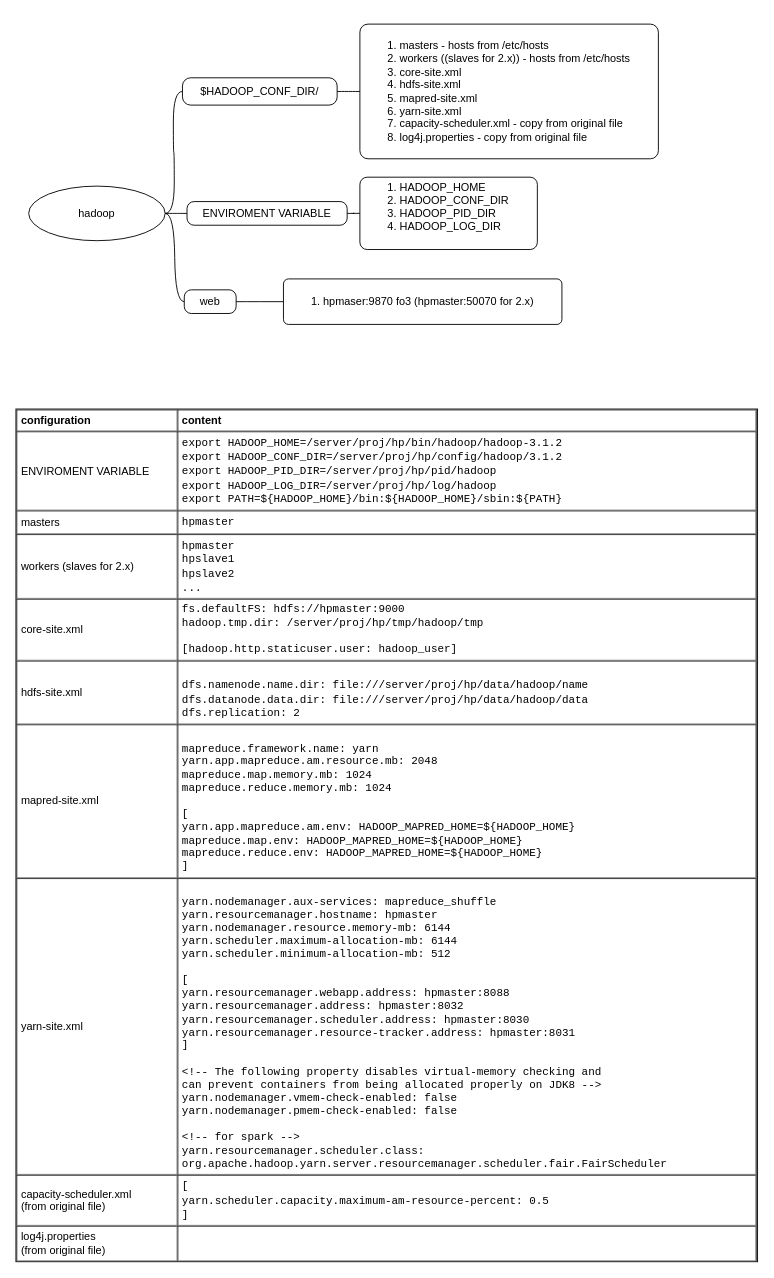
Earlier version of the draw.io diagram page "hadoop_config" (3 of 9) of languages/scala/scala.drawio (yangdj/tf_docs). Source tidied: cells renumbered, new cells numbered last; positions are measured from the earlier drawing's top-left corner, leaving out a move shared by most shapes. Both pictures are drawn from the tidied source at 91%, with x=0, y=0 at pixel (15, 15).
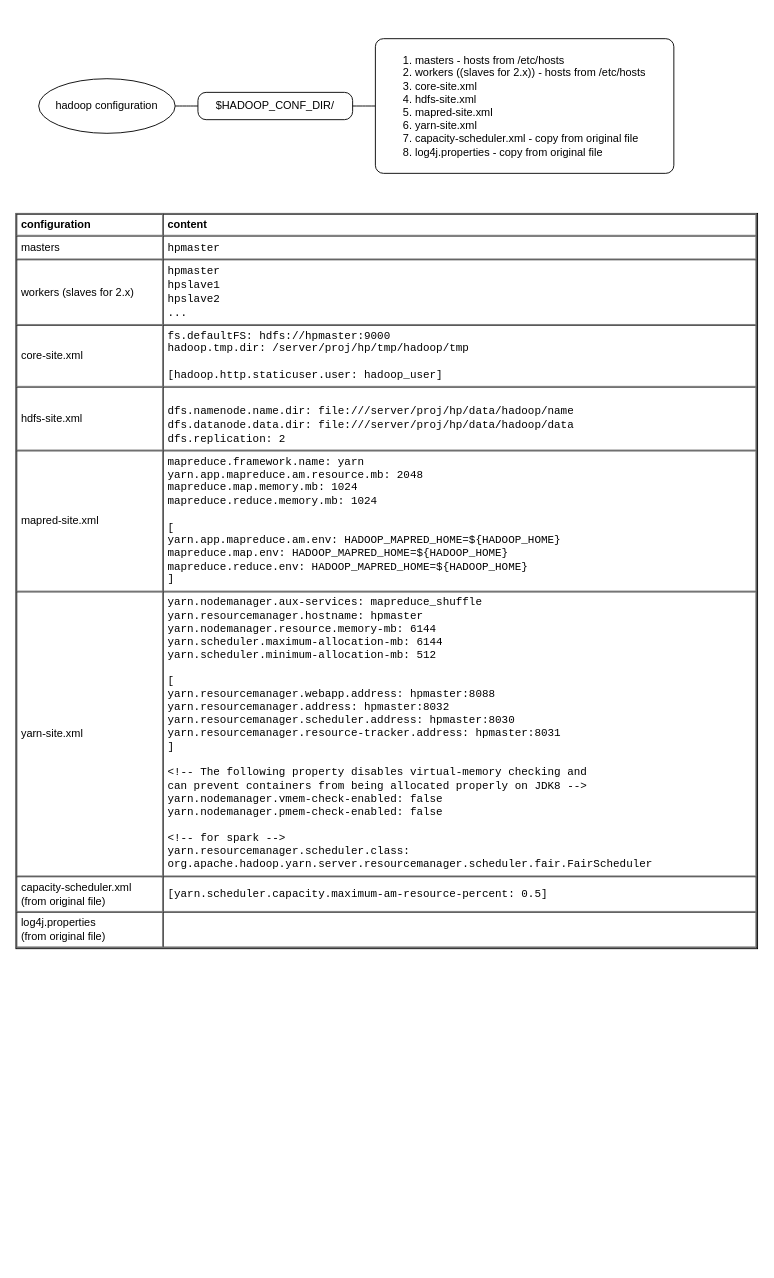
Above is the later version.

The edit, as a diff of the source:
```diff
@@
 <mxGraphModel>
   <root>
     <mxCell id="0" />
     <mxCell id="1" parent="0" />
     <mxCell id="2" style="swimlane;html=1;startSize=20;horizontal=1;containerType=tree;fillColor=none;strokeColor=none;align=left;" parent="1" vertex="1">
-      <mxGeometry x="1" width="806" height="413" as="geometry" />
+      <mxGeometry x="5" width="797" height="191" as="geometry" />
     </mxCell>
     <mxCell id="3" style="edgeStyle=entityRelationEdgeStyle;startArrow=none;endArrow=none;segment=10;curved=1;" parent="2" edge="1" source="4" target="5">
       <mxGeometry relative="1" as="geometry" />
     </mxCell>
-    <mxCell id="4" value="hadoop" style="ellipse;whiteSpace=wrap;html=1;align=center;newEdgeStyle={&quot;edgeStyle&quot;:&quot;entityRelationEdgeStyle&quot;,&quot;startArrow&quot;:&quot;none&quot;,&quot;endArrow&quot;:&quot;none&quot;,&quot;segment&quot;:10,&quot;curved&quot;:1};" parent="2" vertex="1">
-      <mxGeometry x="13" y="187" width="150" height="60" as="geometry" />
+    <mxCell id="4" value="hadoop configuration" style="ellipse;whiteSpace=wrap;html=1;align=center;newEdgeStyle={&quot;edgeStyle&quot;:&quot;entityRelationEdgeStyle&quot;,&quot;startArrow&quot;:&quot;none&quot;,&quot;endArrow&quot;:&quot;none&quot;,&quot;segment&quot;:10,&quot;curved&quot;:1};" parent="2" vertex="1">
+      <mxGeometry x="20" y="69" width="150" height="60" as="geometry" />
     </mxCell>
     <mxCell id="5" value="$HADOOP_CONF_DIR/" style="whiteSpace=wrap;html=1;rounded=1;arcSize=30;align=center;verticalAlign=middle;strokeWidth=1;spacing=4;newEdgeStyle={&quot;edgeStyle&quot;:&quot;entityRelationEdgeStyle&quot;,&quot;startArrow&quot;:&quot;none&quot;,&quot;endArrow&quot;:&quot;none&quot;,&quot;segment&quot;:10,&quot;curved&quot;:1};" parent="2" vertex="1">
-      <mxGeometry x="182" y="68" width="170" height="30" as="geometry" />
+      <mxGeometry x="195" y="84" width="170" height="30" as="geometry" />
     </mxCell>
     <mxCell id="6" style="edgeStyle=entityRelationEdgeStyle;startArrow=none;endArrow=none;segment=10;curved=1;" parent="2" edge="1" source="5" target="7">
       <mxGeometry relative="1" as="geometry" />
     </mxCell>
     <mxCell id="7" value="&lt;ol&gt;&lt;li&gt;&lt;span style=&quot;text-align: center&quot;&gt;masters&amp;nbsp;- hosts from /etc/hosts&lt;/span&gt;&lt;br&gt;&lt;/li&gt;&lt;li&gt;&lt;span style=&quot;text-align: center&quot;&gt;workers ((slaves for 2.x))&amp;nbsp;- hosts from /etc/hosts&lt;br&gt;&lt;/span&gt;&lt;/li&gt;&lt;li&gt;core-site.xml&lt;/li&gt;&lt;li&gt;hdfs-site.xml&lt;/li&gt;&lt;li&gt;&lt;span style=&quot;text-align: center&quot;&gt;mapred-site.xml&lt;/span&gt;&lt;br&gt;&lt;/li&gt;&lt;li&gt;&lt;span style=&quot;text-align: center&quot;&gt;yarn-site.xml&lt;br&gt;&lt;/span&gt;&lt;/li&gt;&lt;li&gt;&lt;span style=&quot;text-align: center&quot;&gt;capacity-scheduler.xml - copy from original file&lt;br&gt;&lt;/span&gt;&lt;/li&gt;&lt;li&gt;&lt;span style=&quot;text-align: center&quot;&gt;log4j.properties&amp;nbsp;- copy from original file&lt;br&gt;&lt;/span&gt;&lt;/li&gt;&lt;/ol&gt;" style="whiteSpace=wrap;html=1;rounded=1;arcSize=6;align=left;verticalAlign=middle;strokeWidth=1;spacing=4;newEdgeStyle={&quot;edgeStyle&quot;:&quot;entityRelationEdgeStyle&quot;,&quot;startArrow&quot;:&quot;none&quot;,&quot;endArrow&quot;:&quot;none&quot;,&quot;segment&quot;:10,&quot;curved&quot;:1};" parent="2" vertex="1">
-      <mxGeometry x="377" y="9" width="328" height="148" as="geometry" />
+      <mxGeometry x="390" y="25" width="328" height="148" as="geometry" />
     </mxCell>
-    <mxCell id="8" value="ENVIROMENT VARIABLE" style="whiteSpace=wrap;html=1;rounded=1;arcSize=30;align=center;verticalAlign=middle;strokeWidth=1;spacing=4;newEdgeStyle={&quot;edgeStyle&quot;:&quot;entityRelationEdgeStyle&quot;,&quot;startArrow&quot;:&quot;none&quot;,&quot;endArrow&quot;:&quot;none&quot;,&quot;segment&quot;:10,&quot;curved&quot;:1};" parent="2" vertex="1">
-      <mxGeometry x="187" y="204" width="176" height="26" as="geometry" />
-    </mxCell>
-    <mxCell id="9" value="&lt;div&gt;&lt;ol&gt;&lt;li&gt;HADOOP_HOME&lt;/li&gt;&lt;li&gt;HADOOP_CONF_DIR&lt;/li&gt;&lt;li&gt;HADOOP_PID_DIR&lt;/li&gt;&lt;li&gt;HADOOP_LOG_DIR&lt;/li&gt;&lt;/ol&gt;&lt;/div&gt;&lt;div&gt;&lt;br style=&quot;background-color: rgb(248 , 249 , 250)&quot;&gt;&lt;/div&gt;" style="whiteSpace=wrap;html=1;rounded=1;arcSize=10;align=left;verticalAlign=middle;strokeWidth=1;spacing=4;newEdgeStyle={&quot;edgeStyle&quot;:&quot;entityRelationEdgeStyle&quot;,&quot;startArrow&quot;:&quot;none&quot;,&quot;endArrow&quot;:&quot;none&quot;,&quot;segment&quot;:10,&quot;curved&quot;:1};" parent="2" vertex="1">
-      <mxGeometry x="377" y="177.2" width="195" height="79.5" as="geometry" />
-    </mxCell>
-    <mxCell id="10" style="edgeStyle=entityRelationEdgeStyle;startArrow=none;endArrow=none;segment=10;curved=1;" parent="2" edge="1" source="4" target="8">
-      <mxGeometry relative="1" as="geometry" />
-    </mxCell>
-    <mxCell id="11" style="edgeStyle=entityRelationEdgeStyle;startArrow=none;endArrow=none;segment=10;curved=1;exitX=1;exitY=0.5;exitDx=0;exitDy=0;" parent="2" edge="1" source="8" target="9">
-      <mxGeometry relative="1" as="geometry" />
-    </mxCell>
-    <mxCell id="12" style="edgeStyle=entityRelationEdgeStyle;startArrow=none;endArrow=none;segment=10;curved=1;" parent="2" edge="1" source="4" target="13">
-      <mxGeometry relative="1" as="geometry" />
-    </mxCell>
-    <mxCell id="13" value="web" style="whiteSpace=wrap;html=1;rounded=1;arcSize=30;align=center;verticalAlign=middle;strokeWidth=1;spacing=4;newEdgeStyle={&quot;edgeStyle&quot;:&quot;entityRelationEdgeStyle&quot;,&quot;startArrow&quot;:&quot;none&quot;,&quot;endArrow&quot;:&quot;none&quot;,&quot;segment&quot;:10,&quot;curved&quot;:1};" parent="2" vertex="1">
-      <mxGeometry x="184" y="301" width="57" height="26" as="geometry" />
-    </mxCell>
-    <mxCell id="14" style="edgeStyle=entityRelationEdgeStyle;startArrow=none;endArrow=none;segment=10;curved=1;" parent="2" edge="1" source="13" target="15">
-      <mxGeometry relative="1" as="geometry" />
-    </mxCell>
-    <mxCell id="15" value="&lt;ol&gt;&lt;li&gt;&lt;span&gt;hpmaser:9870 fo3 (&lt;/span&gt;hpmaster:50070 for 2.x)&lt;/li&gt;&lt;/ol&gt;" style="whiteSpace=wrap;html=1;rounded=1;arcSize=11;align=left;verticalAlign=middle;strokeWidth=1;spacing=4;newEdgeStyle={&quot;edgeStyle&quot;:&quot;entityRelationEdgeStyle&quot;,&quot;startArrow&quot;:&quot;none&quot;,&quot;endArrow&quot;:&quot;none&quot;,&quot;segment&quot;:10,&quot;curved&quot;:1};" parent="2" vertex="1">
-      <mxGeometry x="293" y="289" width="306" height="50" as="geometry" />
-    </mxCell>
-    <mxCell id="16" value="&lt;table cellpadding=&quot;4&quot; cellspacing=&quot;0&quot; border=&quot;1&quot; style=&quot;font-size: 1em ; width: 100% ; height: 100%&quot;&gt;&lt;tbody&gt;&lt;tr&gt;&lt;th&gt;configuration&lt;/th&gt;&lt;th&gt;content&lt;/th&gt;&lt;/tr&gt;&lt;tr&gt;&lt;td&gt;&lt;span style=&quot;text-align: center&quot;&gt;ENVIROMENT VARIABLE&lt;/span&gt;&lt;br&gt;&lt;/td&gt;&lt;td&gt;&lt;font face=&quot;Courier New&quot;&gt;export HADOOP_HOME=/server/proj/hp/bin/hadoop/hadoop-3.1.2&lt;br&gt;export HADOOP_CONF_DIR=/server/proj/hp/config/hadoop/3.1.2&lt;br&gt;export HADOOP_PID_DIR=/server/proj/hp/pid/hadoop&lt;br&gt;export HADOOP_LOG_DIR=/server/proj/hp/log/hadoop&lt;br&gt;export PATH=${HADOOP_HOME}/bin:${HADOOP_HOME}/sbin:${PATH}&lt;/font&gt;&lt;br&gt;&lt;/td&gt;&lt;/tr&gt;&lt;tr&gt;&lt;td&gt;&lt;span style=&quot;text-align: center&quot;&gt;masters&lt;/span&gt;&lt;/td&gt;&lt;td&gt;&lt;span style=&quot;font-family: &amp;#34;courier new&amp;#34; ; text-align: center&quot;&gt;hpmaster&lt;/span&gt;&lt;/td&gt;&lt;/tr&gt;&lt;tr&gt;&lt;td&gt;&lt;span style=&quot;text-align: center&quot;&gt;workers&amp;nbsp;&lt;/span&gt;&lt;span style=&quot;text-align: center&quot;&gt;(slaves for 2.x)&lt;/span&gt;&lt;/td&gt;&lt;td&gt;&lt;span style=&quot;font-family: &amp;#34;courier new&amp;#34; ; text-align: center&quot;&gt;hpmaster&lt;/span&gt;&lt;br style=&quot;font-family: &amp;#34;courier new&amp;#34; ; text-align: center&quot;&gt;&lt;span style=&quot;font-family: &amp;#34;courier new&amp;#34; ; text-align: center&quot;&gt;hpslave1&lt;/span&gt;&lt;br style=&quot;font-family: &amp;#34;courier new&amp;#34; ; text-align: center&quot;&gt;&lt;span style=&quot;font-family: &amp;#34;courier new&amp;#34; ; text-align: center&quot;&gt;hpslave2&lt;/span&gt;&lt;br style=&quot;font-family: &amp;#34;courier new&amp;#34; ; text-align: center&quot;&gt;&lt;span style=&quot;font-family: &amp;#34;courier new&amp;#34; ; text-align: center&quot;&gt;...&lt;/span&gt;&lt;/td&gt;&lt;/tr&gt;&lt;tr&gt;&lt;td&gt;&lt;span style=&quot;text-align: center&quot;&gt;core-site.xml&lt;/span&gt;&lt;br&gt;&lt;/td&gt;&lt;td&gt;&lt;div style=&quot;font-family: &amp;#34;courier new&amp;#34;&quot;&gt;fs.defaultFS:&amp;nbsp;hdfs://hpmaster:9000&lt;/div&gt;&lt;div style=&quot;font-family: &amp;#34;courier new&amp;#34;&quot;&gt;hadoop.tmp.dir:&amp;nbsp;/server/proj/hp/tmp/hadoop/tmp&lt;br&gt;&lt;/div&gt;&lt;div style=&quot;font-family: &amp;#34;courier new&amp;#34;&quot;&gt;&lt;br&gt;&lt;/div&gt;&lt;div style=&quot;font-family: &amp;#34;courier new&amp;#34;&quot;&gt;[hadoop.http.staticuser.user: hadoop_user]&lt;/div&gt;&lt;/td&gt;&lt;/tr&gt;&lt;tr&gt;&lt;td&gt;&lt;span style=&quot;text-align: center&quot;&gt;hdfs-site.xml&lt;/span&gt;&lt;br&gt;&lt;/td&gt;&lt;td&gt;&lt;br&gt;&lt;font face=&quot;Courier New&quot;&gt;dfs.namenode.name.dir:&amp;nbsp;file:///server/proj/hp/data/hadoop/name&lt;br&gt;dfs.datanode.data.dir:&amp;nbsp;file:///server/proj/hp/data/hadoop/data&lt;/font&gt;&lt;div&gt;&lt;font face=&quot;Courier New&quot;&gt;dfs.replication: 2&lt;/font&gt;&lt;/div&gt;&lt;/td&gt;&lt;/tr&gt;&lt;tr&gt;&lt;td&gt;&lt;span style=&quot;text-align: center&quot;&gt;mapred-site.xml&lt;/span&gt;&lt;br&gt;&lt;/td&gt;&lt;td&gt;&lt;br&gt;&lt;div style=&quot;font-family: &amp;#34;courier new&amp;#34;&quot;&gt;mapreduce.framework.name: yarn&lt;/div&gt;&lt;div style=&quot;font-family: &amp;#34;courier new&amp;#34;&quot;&gt;yarn.app.mapreduce.am.resource.mb: 2048&lt;br&gt;&lt;/div&gt;&lt;div style=&quot;font-family: &amp;#34;courier new&amp;#34;&quot;&gt;mapreduce.map.memory.mb: 1024&lt;br&gt;&lt;/div&gt;&lt;div style=&quot;font-family: &amp;#34;courier new&amp;#34;&quot;&gt;mapreduce.reduce.memory.mb: 1024&lt;br&gt;&lt;/div&gt;&lt;div style=&quot;font-family: &amp;#34;courier new&amp;#34;&quot;&gt;&lt;br&gt;&lt;/div&gt;&lt;div style=&quot;font-family: &amp;#34;courier new&amp;#34;&quot;&gt;[&lt;/div&gt;&lt;div style=&quot;font-family: &amp;#34;courier new&amp;#34;&quot;&gt;yarn.app.mapreduce.am.env: HADOOP_MAPRED_HOME=${HADOOP_HOME}&lt;/div&gt;&lt;div style=&quot;font-family: &amp;#34;courier new&amp;#34;&quot;&gt;mapreduce.map.env: HADOOP_MAPRED_HOME=${HADOOP_HOME}&lt;/div&gt;&lt;div style=&quot;font-family: &amp;#34;courier new&amp;#34;&quot;&gt;mapreduce.reduce.env: HADOOP_MAPRED_HOME=${HADOOP_HOME}&lt;/div&gt;&lt;div style=&quot;font-family: &amp;#34;courier new&amp;#34;&quot;&gt;]&lt;/div&gt;&lt;/td&gt;&lt;/tr&gt;&lt;tr&gt;&lt;td&gt;&lt;span style=&quot;text-align: center&quot;&gt;yarn-site.xml&lt;/span&gt;&lt;br&gt;&lt;/td&gt;&lt;td&gt;&lt;br&gt;&lt;div style=&quot;font-family: &amp;#34;courier new&amp;#34;&quot;&gt;yarn.nodemanager.aux-services:&amp;nbsp;mapreduce_shuffle&lt;br&gt;&lt;/div&gt;&lt;div style=&quot;font-family: &amp;#34;courier new&amp;#34;&quot;&gt;yarn.resourcemanager.hostname: hpmaster&lt;/div&gt;&lt;div style=&quot;font-family: &amp;#34;courier new&amp;#34;&quot;&gt;yarn.nodemanager.resource.memory-mb: 6144&lt;br&gt;&lt;/div&gt;&lt;div style=&quot;font-family: &amp;#34;courier new&amp;#34;&quot;&gt;yarn.scheduler.maximum-allocation-mb: 6144&lt;br&gt;&lt;/div&gt;&lt;div style=&quot;font-family: &amp;#34;courier new&amp;#34;&quot;&gt;yarn.scheduler.minimum-allocation-mb: 512&lt;br&gt;&lt;/div&gt;&lt;div style=&quot;font-family: &amp;#34;courier new&amp;#34;&quot;&gt;&lt;br&gt;&lt;/div&gt;&lt;div style=&quot;font-family: &amp;#34;courier new&amp;#34;&quot;&gt;[&lt;/div&gt;&lt;div style=&quot;font-family: &amp;#34;courier new&amp;#34;&quot;&gt;&lt;div&gt;yarn.resourcemanager.webapp.address: hpmaster:8088&lt;/div&gt;&lt;div&gt;yarn.resourcemanager.address: hpmaster:8032&lt;/div&gt;&lt;div&gt;yarn.resourcemanager.scheduler.address: hpmaster:8030&lt;/div&gt;&lt;div&gt;yarn.resourcemanager.resource-tracker.address: hpmaster:8031&lt;/div&gt;&lt;/div&gt;&lt;div style=&quot;font-family: &amp;#34;courier new&amp;#34;&quot;&gt;]&lt;/div&gt;&lt;div style=&quot;font-family: &amp;#34;courier new&amp;#34;&quot;&gt;&lt;br&gt;&lt;/div&gt;&lt;div style=&quot;font-family: &amp;#34;courier new&amp;#34;&quot;&gt;&amp;lt;!-- The following property disables virtual-memory checking and&amp;nbsp;&lt;/div&gt;&lt;div style=&quot;font-family: &amp;#34;courier new&amp;#34;&quot;&gt;can prevent containers from being allocated properly on JDK8 --&amp;gt;&lt;br&gt;&lt;/div&gt;&lt;div style=&quot;font-family: &amp;#34;courier new&amp;#34;&quot;&gt;yarn.nodemanager.vmem-check-enabled: false&lt;br&gt;&lt;/div&gt;&lt;div style=&quot;font-family: &amp;#34;courier new&amp;#34;&quot;&gt;yarn.nodemanager.pmem-check-enabled: false&lt;br&gt;&lt;/div&gt;&lt;div style=&quot;font-family: &amp;#34;courier new&amp;#34;&quot;&gt;&lt;br&gt;&lt;/div&gt;&lt;div style=&quot;font-family: &amp;#34;courier new&amp;#34;&quot;&gt;&amp;lt;!-- for spark --&amp;gt;&lt;/div&gt;&lt;div style=&quot;font-family: &amp;#34;courier new&amp;#34;&quot;&gt;yarn.resourcemanager.scheduler.class:&amp;nbsp;&lt;/div&gt;&lt;div style=&quot;font-family: &amp;#34;courier new&amp;#34;&quot;&gt;org.apache.hadoop.yarn.server.resourcemanager.scheduler.fair.FairScheduler&lt;/div&gt;&lt;/td&gt;&lt;/tr&gt;&lt;tr&gt;&lt;td&gt;&lt;span style=&quot;text-align: center&quot;&gt;capacity-scheduler.xml&lt;br&gt;(from original file)&lt;/span&gt;&lt;br&gt;&lt;/td&gt;&lt;td&gt;&lt;span style=&quot;font-family: &amp;#34;courier new&amp;#34;&quot;&gt;[&lt;/span&gt;&lt;br style=&quot;font-family: &amp;#34;courier new&amp;#34;&quot;&gt;&lt;span style=&quot;font-family: &amp;#34;courier new&amp;#34;&quot;&gt;yarn.scheduler.capacity.maximum-am-resource-percent: 0.5&lt;/span&gt;&lt;br style=&quot;font-family: &amp;#34;courier new&amp;#34;&quot;&gt;&lt;span style=&quot;font-family: &amp;#34;courier new&amp;#34;&quot;&gt;]&lt;/span&gt;&lt;br&gt;&lt;/td&gt;&lt;/tr&gt;&lt;tr&gt;&lt;td&gt;&lt;span style=&quot;text-align: center&quot;&gt;log4j.properties&lt;br&gt;(from original file)&lt;/span&gt;&lt;br&gt;&lt;/td&gt;&lt;td&gt;&lt;br&gt;&lt;/td&gt;&lt;/tr&gt;&lt;/tbody&gt;&lt;/table&gt; " style="verticalAlign=top;align=left;overflow=fill;fontSize=12;fontFamily=Helvetica;html=1;fillColor=none;" parent="1" vertex="1">
-      <mxGeometry y="432" width="815" height="937" as="geometry" />
+    <mxCell id="16" value="&lt;table cellpadding=&quot;4&quot; cellspacing=&quot;0&quot; border=&quot;1&quot; style=&quot;font-size: 1em ; width: 100% ; height: 100%&quot;&gt;&lt;tbody&gt;&lt;tr&gt;&lt;th&gt;configuration&lt;/th&gt;&lt;th&gt;content&lt;/th&gt;&lt;/tr&gt;&lt;tr&gt;&lt;td&gt;&lt;span style=&quot;text-align: center&quot;&gt;masters&lt;/span&gt;&lt;/td&gt;&lt;td&gt;&lt;span style=&quot;font-family: &amp;#34;courier new&amp;#34; ; text-align: center&quot;&gt;hpmaster&lt;/span&gt;&lt;/td&gt;&lt;/tr&gt;&lt;tr&gt;&lt;td&gt;&lt;span style=&quot;text-align: center&quot;&gt;workers&amp;nbsp;&lt;/span&gt;&lt;span style=&quot;text-align: center&quot;&gt;(slaves for 2.x)&lt;/span&gt;&lt;/td&gt;&lt;td&gt;&lt;span style=&quot;font-family: &amp;#34;courier new&amp;#34; ; text-align: center&quot;&gt;hpmaster&lt;/span&gt;&lt;br style=&quot;font-family: &amp;#34;courier new&amp;#34; ; text-align: center&quot;&gt;&lt;span style=&quot;font-family: &amp;#34;courier new&amp;#34; ; text-align: center&quot;&gt;hpslave1&lt;/span&gt;&lt;br style=&quot;font-family: &amp;#34;courier new&amp;#34; ; text-align: center&quot;&gt;&lt;span style=&quot;font-family: &amp;#34;courier new&amp;#34; ; text-align: center&quot;&gt;hpslave2&lt;/span&gt;&lt;br style=&quot;font-family: &amp;#34;courier new&amp;#34; ; text-align: center&quot;&gt;&lt;span style=&quot;font-family: &amp;#34;courier new&amp;#34; ; text-align: center&quot;&gt;...&lt;/span&gt;&lt;/td&gt;&lt;/tr&gt;&lt;tr&gt;&lt;td&gt;&lt;span style=&quot;text-align: center&quot;&gt;core-site.xml&lt;/span&gt;&lt;br&gt;&lt;/td&gt;&lt;td&gt;&lt;div style=&quot;font-family: &amp;#34;courier new&amp;#34;&quot;&gt;fs.defaultFS:&amp;nbsp;hdfs://hpmaster:9000&lt;/div&gt;&lt;div style=&quot;font-family: &amp;#34;courier new&amp;#34;&quot;&gt;hadoop.tmp.dir:&amp;nbsp;/server/proj/hp/tmp/hadoop/tmp&lt;br&gt;&lt;/div&gt;&lt;div style=&quot;font-family: &amp;#34;courier new&amp;#34;&quot;&gt;&lt;br&gt;&lt;/div&gt;&lt;div style=&quot;font-family: &amp;#34;courier new&amp;#34;&quot;&gt;[hadoop.http.staticuser.user: hadoop_user]&lt;/div&gt;&lt;/td&gt;&lt;/tr&gt;&lt;tr&gt;&lt;td&gt;&lt;span style=&quot;text-align: center&quot;&gt;hdfs-site.xml&lt;/span&gt;&lt;br&gt;&lt;/td&gt;&lt;td&gt;&lt;br&gt;&lt;font face=&quot;Courier New&quot;&gt;dfs.namenode.name.dir:&amp;nbsp;file:///server/proj/hp/data/hadoop/name&lt;br&gt;dfs.datanode.data.dir:&amp;nbsp;file:///server/proj/hp/data/hadoop/data&lt;/font&gt;&lt;div&gt;&lt;font face=&quot;Courier New&quot;&gt;dfs.replication: 2&lt;/font&gt;&lt;/div&gt;&lt;/td&gt;&lt;/tr&gt;&lt;tr&gt;&lt;td&gt;&lt;span style=&quot;text-align: center&quot;&gt;mapred-site.xml&lt;/span&gt;&lt;br&gt;&lt;/td&gt;&lt;td&gt;&lt;div style=&quot;font-family: &amp;#34;courier new&amp;#34;&quot;&gt;mapreduce.framework.name: yarn&lt;/div&gt;&lt;div style=&quot;font-family: &amp;#34;courier new&amp;#34;&quot;&gt;yarn.app.mapreduce.am.resource.mb: 2048&lt;br&gt;&lt;/div&gt;&lt;div style=&quot;font-family: &amp;#34;courier new&amp;#34;&quot;&gt;mapreduce.map.memory.mb: 1024&lt;br&gt;&lt;/div&gt;&lt;div style=&quot;font-family: &amp;#34;courier new&amp;#34;&quot;&gt;mapreduce.reduce.memory.mb: 1024&lt;br&gt;&lt;/div&gt;&lt;div style=&quot;font-family: &amp;#34;courier new&amp;#34;&quot;&gt;&lt;br&gt;&lt;/div&gt;&lt;div style=&quot;font-family: &amp;#34;courier new&amp;#34;&quot;&gt;[&lt;/div&gt;&lt;div style=&quot;font-family: &amp;#34;courier new&amp;#34;&quot;&gt;yarn.app.mapreduce.am.env: HADOOP_MAPRED_HOME=${HADOOP_HOME}&lt;/div&gt;&lt;div style=&quot;font-family: &amp;#34;courier new&amp;#34;&quot;&gt;mapreduce.map.env: HADOOP_MAPRED_HOME=${HADOOP_HOME}&lt;/div&gt;&lt;div style=&quot;font-family: &amp;#34;courier new&amp;#34;&quot;&gt;mapreduce.reduce.env: HADOOP_MAPRED_HOME=${HADOOP_HOME}&lt;/div&gt;&lt;div style=&quot;font-family: &amp;#34;courier new&amp;#34;&quot;&gt;]&lt;/div&gt;&lt;/td&gt;&lt;/tr&gt;&lt;tr&gt;&lt;td&gt;&lt;span style=&quot;text-align: center&quot;&gt;yarn-site.xml&lt;/span&gt;&lt;br&gt;&lt;/td&gt;&lt;td&gt;&lt;div style=&quot;font-family: &amp;#34;courier new&amp;#34;&quot;&gt;yarn.nodemanager.aux-services:&amp;nbsp;mapreduce_shuffle&lt;br&gt;&lt;/div&gt;&lt;div style=&quot;font-family: &amp;#34;courier new&amp;#34;&quot;&gt;yarn.resourcemanager.hostname: hpmaster&lt;/div&gt;&lt;div style=&quot;font-family: &amp;#34;courier new&amp;#34;&quot;&gt;yarn.nodemanager.resource.memory-mb: 6144&lt;br&gt;&lt;/div&gt;&lt;div style=&quot;font-family: &amp;#34;courier new&amp;#34;&quot;&gt;yarn.scheduler.maximum-allocation-mb: 6144&lt;br&gt;&lt;/div&gt;&lt;div style=&quot;font-family: &amp;#34;courier new&amp;#34;&quot;&gt;yarn.scheduler.minimum-allocation-mb: 512&lt;br&gt;&lt;/div&gt;&lt;div style=&quot;font-family: &amp;#34;courier new&amp;#34;&quot;&gt;&lt;br&gt;&lt;/div&gt;&lt;div style=&quot;font-family: &amp;#34;courier new&amp;#34;&quot;&gt;[&lt;/div&gt;&lt;div style=&quot;font-family: &amp;#34;courier new&amp;#34;&quot;&gt;&lt;div&gt;yarn.resourcemanager.webapp.address: hpmaster:8088&lt;/div&gt;&lt;div&gt;yarn.resourcemanager.address: hpmaster:8032&lt;/div&gt;&lt;div&gt;yarn.resourcemanager.scheduler.address: hpmaster:8030&lt;/div&gt;&lt;div&gt;yarn.resourcemanager.resource-tracker.address: hpmaster:8031&lt;/div&gt;&lt;/div&gt;&lt;div style=&quot;font-family: &amp;#34;courier new&amp;#34;&quot;&gt;]&lt;/div&gt;&lt;div style=&quot;font-family: &amp;#34;courier new&amp;#34;&quot;&gt;&lt;br&gt;&lt;/div&gt;&lt;div style=&quot;font-family: &amp;#34;courier new&amp;#34;&quot;&gt;&amp;lt;!-- The following property disables virtual-memory checking and&amp;nbsp;&lt;/div&gt;&lt;div style=&quot;font-family: &amp;#34;courier new&amp;#34;&quot;&gt;can prevent containers from being allocated properly on JDK8 --&amp;gt;&lt;br&gt;&lt;/div&gt;&lt;div style=&quot;font-family: &amp;#34;courier new&amp;#34;&quot;&gt;yarn.nodemanager.vmem-check-enabled: false&lt;br&gt;&lt;/div&gt;&lt;div style=&quot;font-family: &amp;#34;courier new&amp;#34;&quot;&gt;yarn.nodemanager.pmem-check-enabled: false&lt;br&gt;&lt;/div&gt;&lt;div style=&quot;font-family: &amp;#34;courier new&amp;#34;&quot;&gt;&lt;br&gt;&lt;/div&gt;&lt;div style=&quot;font-family: &amp;#34;courier new&amp;#34;&quot;&gt;&amp;lt;!-- for spark --&amp;gt;&lt;/div&gt;&lt;div style=&quot;font-family: &amp;#34;courier new&amp;#34;&quot;&gt;yarn.resourcemanager.scheduler.class:&amp;nbsp;&lt;/div&gt;&lt;div style=&quot;font-family: &amp;#34;courier new&amp;#34;&quot;&gt;org.apache.hadoop.yarn.server.resourcemanager.scheduler.fair.FairScheduler&lt;/div&gt;&lt;/td&gt;&lt;/tr&gt;&lt;tr&gt;&lt;td&gt;&lt;span style=&quot;text-align: center&quot;&gt;capacity-scheduler.xml&lt;br&gt;(from original file)&lt;/span&gt;&lt;br&gt;&lt;/td&gt;&lt;td&gt;&lt;span style=&quot;font-family: &amp;#34;courier new&amp;#34;&quot;&gt;[&lt;/span&gt;&lt;span style=&quot;font-family: &amp;#34;courier new&amp;#34;&quot;&gt;yarn.scheduler.capacity.maximum-am-resource-percent: 0.5&lt;/span&gt;&lt;span style=&quot;font-family: &amp;#34;courier new&amp;#34;&quot;&gt;]&lt;/span&gt;&lt;br&gt;&lt;/td&gt;&lt;/tr&gt;&lt;tr&gt;&lt;td&gt;&lt;span style=&quot;text-align: center&quot;&gt;log4j.properties&lt;br&gt;(from original file)&lt;/span&gt;&lt;br&gt;&lt;/td&gt;&lt;td&gt;&lt;br&gt;&lt;/td&gt;&lt;/tr&gt;&lt;/tbody&gt;&lt;/table&gt; " style="verticalAlign=top;align=left;overflow=fill;fontSize=12;fontFamily=Helvetica;html=1;fillColor=none;" parent="1" vertex="1">
+      <mxGeometry y="217" width="815" height="808" as="geometry" />
     </mxCell>
   </root>
 </mxGraphModel>
```
